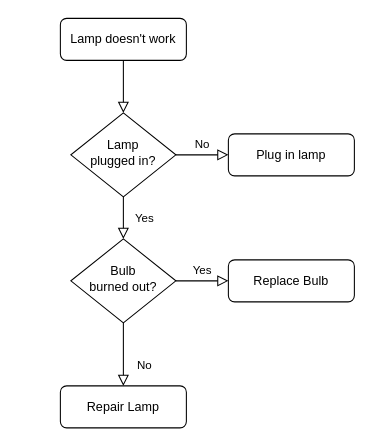
arunkpk/AlgoTradingCode keeps this draw.io diagram as Untitled Diagram.drawio. Above is the earlier version. Source tidied: cells renumbered, new cells numbered last; positions are measured from the earlier drawing's top-left corner, leaving out a move shared by most shapes. Both pictures are drawn from the tidied source at 105%, with x=0, y=0 at pixel (60, 18).
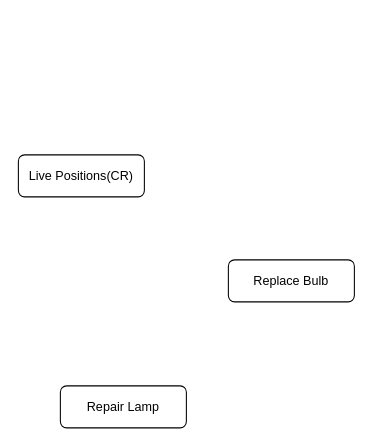
The same page after the edit.

Change to the diagram source:
```diff
@@
 <mxGraphModel>
   <root>
     <mxCell id="0" />
     <mxCell id="1" parent="0" />
-    <mxCell id="2" style="rounded=0;html=1;jettySize=auto;fontSize=11;endArrow=block;endFill=0;endSize=8;strokeWidth=1;shadow=0;labelBackgroundColor=none;edgeStyle=orthogonalEdgeStyle;" parent="1" edge="1" source="3" target="6">
-      <mxGeometry relative="1" as="geometry" />
-    </mxCell>
-    <mxCell id="3" value="Lamp doesn't work" style="rounded=1;whiteSpace=wrap;html=1;fontSize=12;glass=0;strokeWidth=1;shadow=0;" parent="1" vertex="1">
-      <mxGeometry width="120" height="40" as="geometry" />
-    </mxCell>
-    <mxCell id="4" value="Yes" style="rounded=0;html=1;jettySize=auto;fontSize=11;endArrow=block;endFill=0;endSize=8;strokeWidth=1;shadow=0;labelBackgroundColor=none;edgeStyle=orthogonalEdgeStyle;" parent="1" edge="1" source="6" target="10">
-      <mxGeometry y="20" relative="1" as="geometry" />
-    </mxCell>
-    <mxCell id="5" value="No" style="edgeStyle=orthogonalEdgeStyle;rounded=0;html=1;jettySize=auto;fontSize=11;endArrow=block;endFill=0;endSize=8;strokeWidth=1;shadow=0;labelBackgroundColor=none;" parent="1" edge="1" source="6" target="7">
-      <mxGeometry y="10" relative="1" as="geometry" />
-    </mxCell>
-    <mxCell id="6" value="Lamp&lt;br&gt;plugged in?" style="rhombus;whiteSpace=wrap;html=1;shadow=0;fontFamily=Helvetica;fontSize=12;align=center;strokeWidth=1;spacing=6;spacingTop=-4;" parent="1" vertex="1">
-      <mxGeometry x="10" y="90" width="100" height="80" as="geometry" />
-    </mxCell>
-    <mxCell id="7" value="Plug in lamp" style="rounded=1;whiteSpace=wrap;html=1;fontSize=12;glass=0;strokeWidth=1;shadow=0;" parent="1" vertex="1">
-      <mxGeometry x="160" y="110" width="120" height="40" as="geometry" />
+    <mxCell id="7" value="Live Positions(CR)" style="rounded=1;whiteSpace=wrap;html=1;fontSize=12;glass=0;strokeWidth=1;shadow=0;" parent="1" vertex="1">
+      <mxGeometry x="-40" y="130" width="120" height="40" as="geometry" />
     </mxCell>
-    <mxCell id="8" value="No" style="rounded=0;html=1;jettySize=auto;fontSize=11;endArrow=block;endFill=0;endSize=8;strokeWidth=1;shadow=0;labelBackgroundColor=none;edgeStyle=orthogonalEdgeStyle;" parent="1" edge="1" source="10" target="11">
-      <mxGeometry x="0.33" y="20" relative="1" as="geometry" />
-    </mxCell>
-    <mxCell id="9" value="Yes" style="edgeStyle=orthogonalEdgeStyle;rounded=0;html=1;jettySize=auto;fontSize=11;endArrow=block;endFill=0;endSize=8;strokeWidth=1;shadow=0;labelBackgroundColor=none;" parent="1" edge="1" source="10" target="12">
-      <mxGeometry y="10" relative="1" as="geometry" />
-    </mxCell>
-    <mxCell id="10" value="Bulb&lt;br&gt;burned out?" style="rhombus;whiteSpace=wrap;html=1;shadow=0;fontFamily=Helvetica;fontSize=12;align=center;strokeWidth=1;spacing=6;spacingTop=-4;" parent="1" vertex="1">
-      <mxGeometry x="10" y="210" width="100" height="80" as="geometry" />
-    </mxCell>
     <mxCell id="11" value="Repair Lamp" style="rounded=1;whiteSpace=wrap;html=1;fontSize=12;glass=0;strokeWidth=1;shadow=0;" parent="1" vertex="1">
       <mxGeometry y="350" width="120" height="40" as="geometry" />
     </mxCell>
     <mxCell id="12" value="Replace Bulb" style="rounded=1;whiteSpace=wrap;html=1;fontSize=12;glass=0;strokeWidth=1;shadow=0;" parent="1" vertex="1">
       <mxGeometry x="160" y="230" width="120" height="40" as="geometry" />
     </mxCell>
   </root>
 </mxGraphModel>
```
